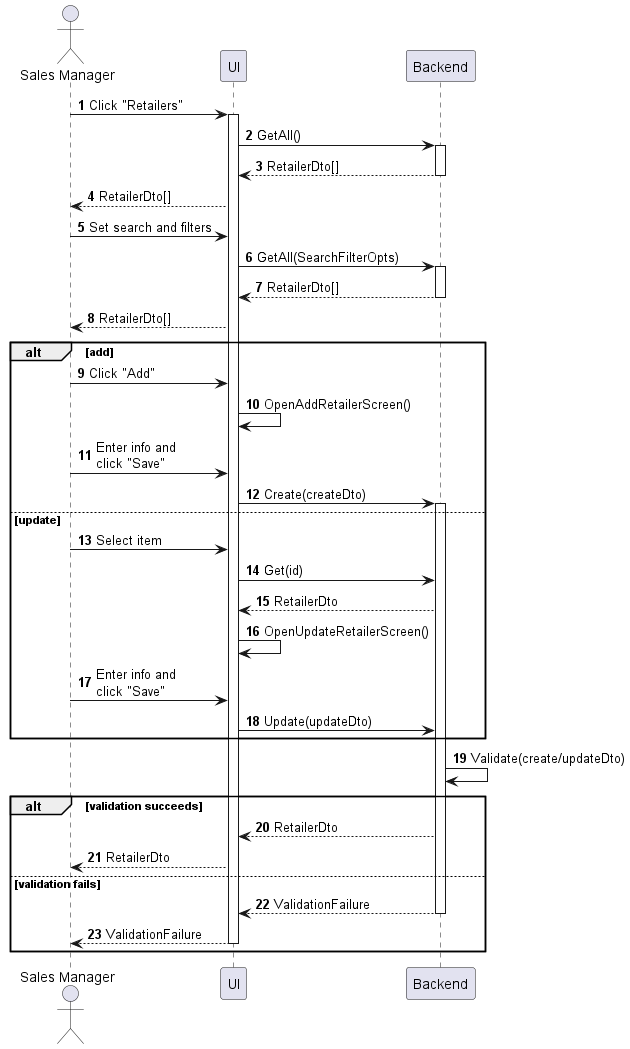
The PlantUML diagram sequences/retailer-manage.png in phihungha/scmss-reqs, before a commit.
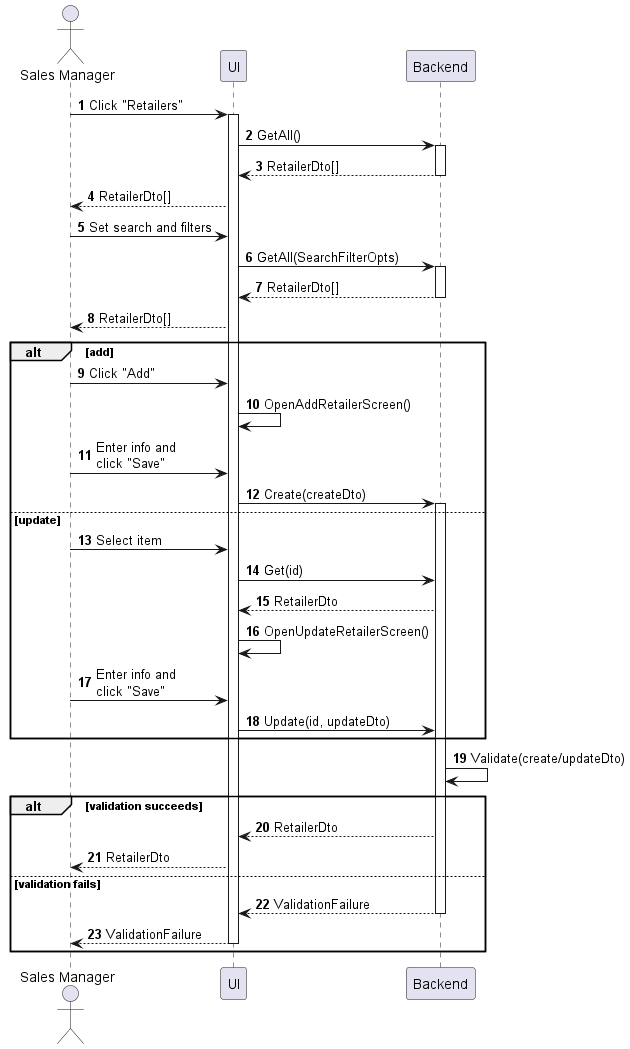
The same diagram one commit later.

What changed in the source:
```diff
@@ -29,7 +29,7 @@
     b --> f : RetailerDto
     f -> f : OpenUpdateRetailerScreen()
     a -> f : Enter info and\nclick "Save"
-    f -> b : Update(updateDto)
+    f -> b : Update(id, updateDto)
 end
 
 b -> b : Validate(create/updateDto)
```
